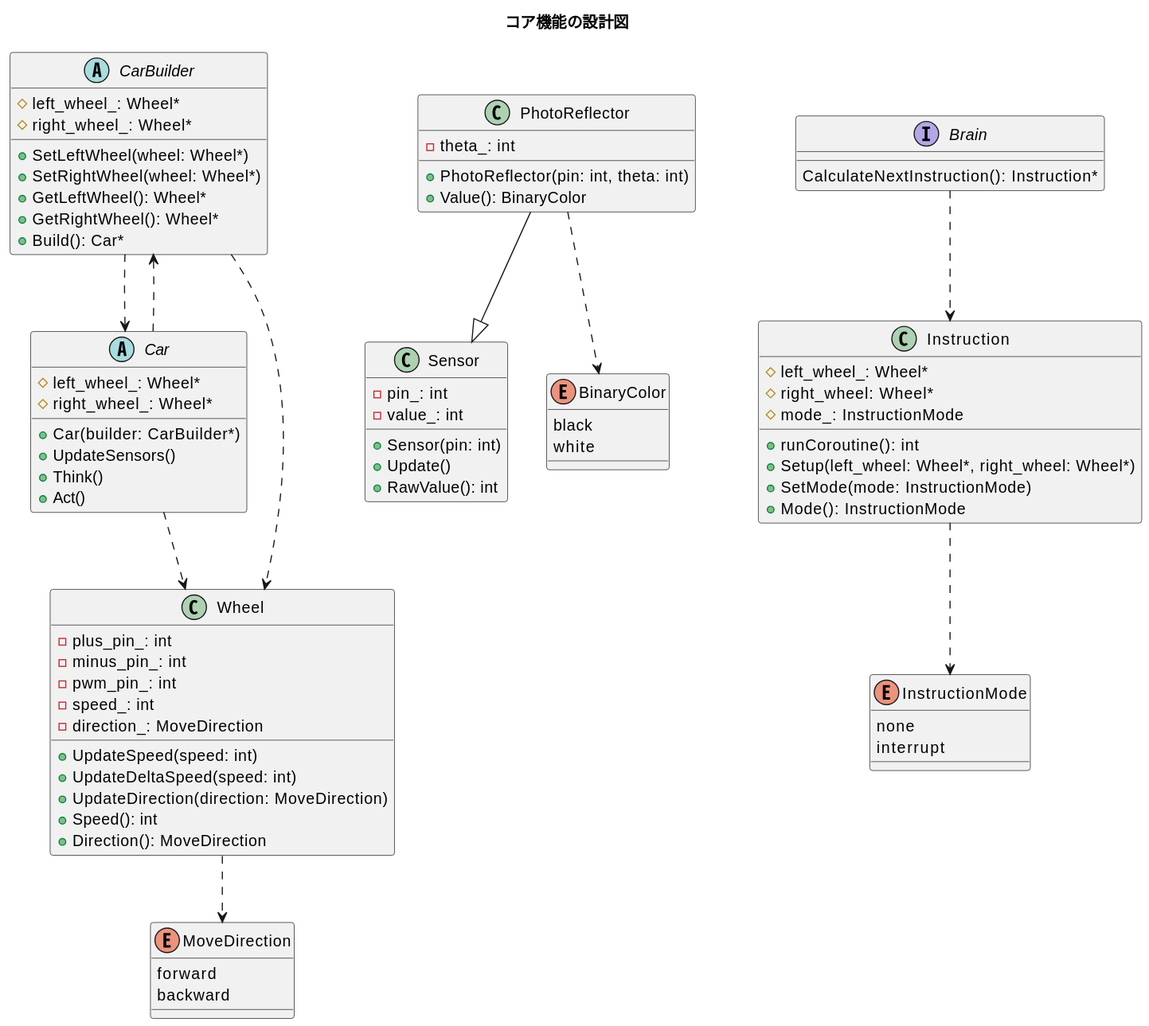
Before: uml/img/core.svg, a diagram exported from PlantUML (kitakkun/ArduinoCar).
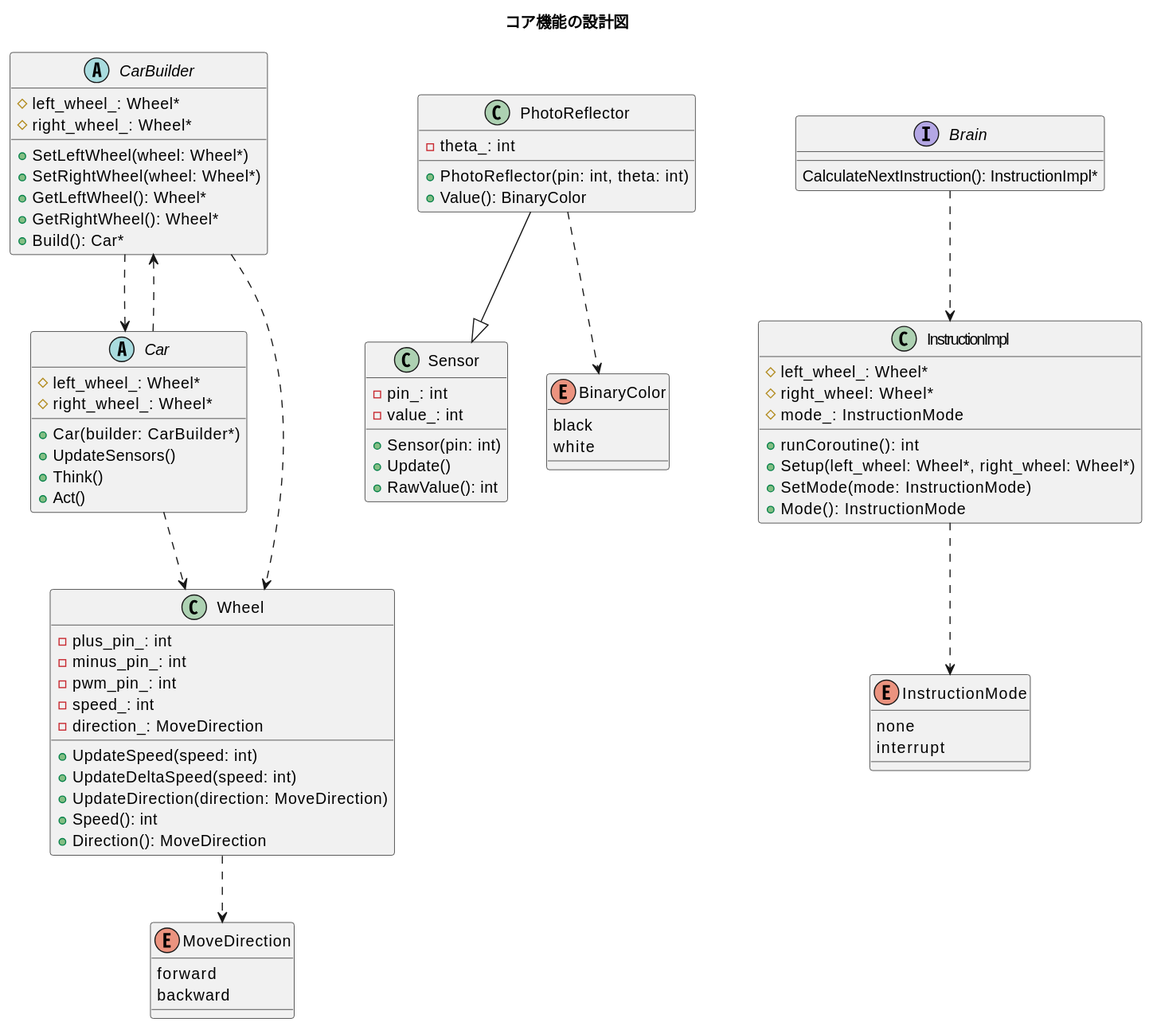
After the change.

What changed in the source:
```diff
@@ -59,10 +59,10 @@
 }
 
 interface Brain {
-    CalculateNextInstruction(): Instruction*
+    CalculateNextInstruction(): InstructionImpl*
 }
 
-class Instruction {
+class InstructionImpl {
 + runCoroutine(): int
 + Setup(left_wheel: Wheel*, right_wheel: Wheel*)
 + SetMode(mode: InstructionMode)
@@ -85,6 +85,6 @@
 Wheel ..> MoveDirection
 PhotoReflector --|> Sensor
 PhotoReflector ..> BinaryColor
-Brain ..> Instruction
-Instruction ..> InstructionMode
+Brain ..> InstructionImpl
+InstructionImpl ..> InstructionMode
 @enduml
```
